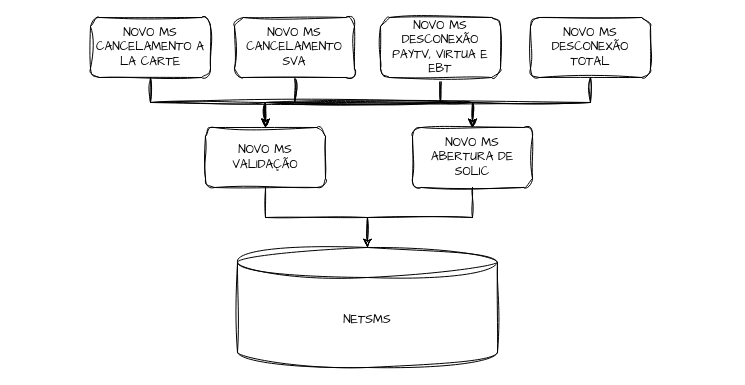
The draw.io diagram Cancelamento via NBA.drawio in samirali/ClaroBrasil, before the edit. Source tidied: cells renumbered, new cells numbered last; positions are measured from the earlier drawing's top-left corner, leaving out a move shared by most shapes. Both pictures are drawn from the tidied source at 100%, with x=0, y=0 at pixel (90, 17).
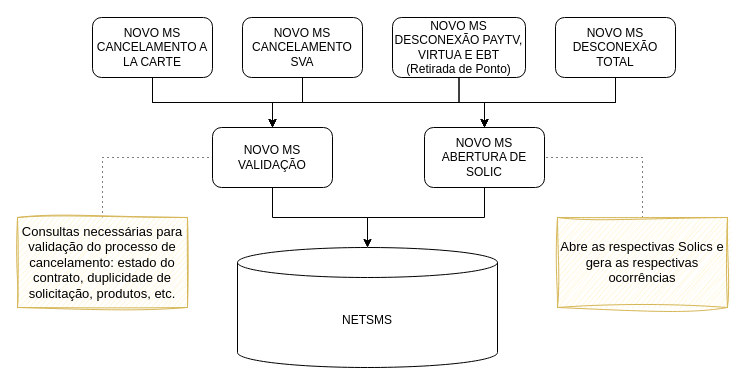
Above is the later version.

What changed in the source:
```diff
@@
-    <mxCell id="2" value="NETSMS" style="shape=cylinder3;whiteSpace=wrap;html=1;boundedLbl=1;backgroundOutline=1;size=15;sketch=1;hachureGap=4;jiggle=2;curveFitting=1;fontFamily=Architects Daughter;" parent="1" vertex="1">
+    <mxCell id="2" value="NETSMS" style="shape=cylinder3;whiteSpace=wrap;html=1;boundedLbl=1;backgroundOutline=1;size=15;hachureGap=4;fontFamily=Helvetica;" parent="1" vertex="1">
       <mxGeometry x="147" y="230" width="260" height="120" as="geometry" />
     </mxCell>
-    <mxCell id="3" value="NOVO MS VALIDAÇÃO" style="rounded=1;whiteSpace=wrap;html=1;sketch=1;hachureGap=4;jiggle=2;curveFitting=1;fontFamily=Architects Daughter;" parent="1" vertex="1">
-      <mxGeometry x="115" y="110" width="120" height="60" as="geometry" />
+    <mxCell id="3" value="NOVO MS VALIDAÇÃO" style="rounded=1;whiteSpace=wrap;html=1;hachureGap=4;fontFamily=Helvetica;" parent="1" vertex="1">
+      <mxGeometry x="122" y="110" width="120" height="60" as="geometry" />
     </mxCell>
-    <mxCell id="4" style="edgeStyle=orthogonalEdgeStyle;rounded=0;sketch=1;hachureGap=4;jiggle=2;curveFitting=1;jettySize=auto;html=1;fontFamily=Architects Daughter;" parent="1" edge="1" source="5" target="2">
+    <mxCell id="4" style="edgeStyle=orthogonalEdgeStyle;rounded=0;hachureGap=4;jettySize=auto;html=1;fontFamily=Helvetica;" parent="1" edge="1" source="5" target="2">
       <mxGeometry relative="1" as="geometry" />
     </mxCell>
-    <mxCell id="5" value="NOVO MS ABERTURA DE SOLIC" style="rounded=1;whiteSpace=wrap;html=1;sketch=1;hachureGap=4;jiggle=2;curveFitting=1;fontFamily=Architects Daughter;" parent="1" vertex="1">
-      <mxGeometry x="322" y="110" width="120" height="60" as="geometry" />
+    <mxCell id="5" value="NOVO MS ABERTURA DE SOLIC" style="rounded=1;whiteSpace=wrap;html=1;hachureGap=4;fontFamily=Helvetica;" parent="1" vertex="1">
+      <mxGeometry x="334" y="110" width="120" height="60" as="geometry" />
     </mxCell>
-    <mxCell id="6" style="edgeStyle=orthogonalEdgeStyle;rounded=0;sketch=1;hachureGap=4;jiggle=2;curveFitting=1;jettySize=auto;html=1;fontFamily=Architects Daughter;" parent="1" edge="1" source="8" target="3">
+    <mxCell id="6" style="edgeStyle=orthogonalEdgeStyle;rounded=0;hachureGap=4;jettySize=auto;html=1;fontFamily=Helvetica;" parent="1" edge="1" source="8" target="3">
       <mxGeometry relative="1" as="geometry" />
     </mxCell>
-    <mxCell id="7" style="edgeStyle=orthogonalEdgeStyle;rounded=0;sketch=1;hachureGap=4;jiggle=2;curveFitting=1;jettySize=auto;html=1;entryX=0.5;entryY=0;entryDx=0;entryDy=0;fontFamily=Architects Daughter;exitX=0.5;exitY=1;exitDx=0;exitDy=0;" parent="1" edge="1" source="8" target="5">
+    <mxCell id="7" style="edgeStyle=orthogonalEdgeStyle;rounded=0;hachureGap=4;jettySize=auto;html=1;entryX=0.5;entryY=0;entryDx=0;entryDy=0;fontFamily=Helvetica;exitX=0.5;exitY=1;exitDx=0;exitDy=0;" parent="1" edge="1" source="8" target="5">
       <mxGeometry relative="1" as="geometry" />
     </mxCell>
-    <mxCell id="8" value="NOVO MS CANCELAMENTO A LA CARTE" style="rounded=1;whiteSpace=wrap;html=1;sketch=1;hachureGap=4;jiggle=2;curveFitting=1;fontFamily=Architects Daughter;" parent="1" vertex="1">
-      <mxGeometry width="120" height="60" as="geometry" />
+    <mxCell id="8" value="NOVO MS CANCELAMENTO A LA CARTE" style="rounded=1;whiteSpace=wrap;html=1;hachureGap=4;fontFamily=Helvetica;" parent="1" vertex="1">
+      <mxGeometry x="2" width="120" height="60" as="geometry" />
     </mxCell>
-    <mxCell id="9" style="edgeStyle=orthogonalEdgeStyle;rounded=0;sketch=1;hachureGap=4;jiggle=2;curveFitting=1;jettySize=auto;html=1;entryX=0.5;entryY=0;entryDx=0;entryDy=0;fontFamily=Architects Daughter;" parent="1" edge="1" source="11" target="3">
+    <mxCell id="9" style="edgeStyle=orthogonalEdgeStyle;rounded=0;hachureGap=4;jettySize=auto;html=1;entryX=0.5;entryY=0;entryDx=0;entryDy=0;fontFamily=Helvetica;" parent="1" edge="1" source="11" target="3">
       <mxGeometry relative="1" as="geometry" />
     </mxCell>
-    <mxCell id="10" style="edgeStyle=orthogonalEdgeStyle;rounded=0;sketch=1;hachureGap=4;jiggle=2;curveFitting=1;jettySize=auto;html=1;entryX=0.5;entryY=0;entryDx=0;entryDy=0;fontFamily=Architects Daughter;exitX=0.5;exitY=1;exitDx=0;exitDy=0;" parent="1" edge="1" source="11" target="5">
+    <mxCell id="10" style="edgeStyle=orthogonalEdgeStyle;rounded=0;hachureGap=4;jettySize=auto;html=1;entryX=0.5;entryY=0;entryDx=0;entryDy=0;fontFamily=Helvetica;exitX=0.5;exitY=1;exitDx=0;exitDy=0;" parent="1" edge="1" source="11" target="5">
       <mxGeometry relative="1" as="geometry" />
     </mxCell>
-    <mxCell id="11" value="NOVO MS CANCELAMENTO SVA" style="rounded=1;whiteSpace=wrap;html=1;sketch=1;hachureGap=4;jiggle=2;curveFitting=1;fontFamily=Architects Daughter;" parent="1" vertex="1">
-      <mxGeometry x="144" width="120" height="60" as="geometry" />
+    <mxCell id="11" value="NOVO MS CANCELAMENTO SVA" style="rounded=1;whiteSpace=wrap;html=1;hachureGap=4;fontFamily=Helvetica;" parent="1" vertex="1">
+      <mxGeometry x="152" width="120" height="60" as="geometry" />
     </mxCell>
-    <mxCell id="12" style="edgeStyle=orthogonalEdgeStyle;rounded=0;sketch=1;hachureGap=4;jiggle=2;curveFitting=1;jettySize=auto;html=1;entryX=0.5;entryY=0;entryDx=0;entryDy=0;fontFamily=Architects Daughter;exitX=0.5;exitY=1;exitDx=0;exitDy=0;" parent="1" edge="1" source="14" target="3">
+    <mxCell id="12" style="edgeStyle=orthogonalEdgeStyle;rounded=0;hachureGap=4;jettySize=auto;html=1;entryX=0.5;entryY=0;entryDx=0;entryDy=0;fontFamily=Helvetica;exitX=0.5;exitY=1;exitDx=0;exitDy=0;" parent="1" edge="1" source="14" target="3">
       <mxGeometry relative="1" as="geometry" />
     </mxCell>
-    <mxCell id="13" style="edgeStyle=orthogonalEdgeStyle;rounded=0;sketch=1;hachureGap=4;jiggle=2;curveFitting=1;jettySize=auto;html=1;entryX=0.5;entryY=0;entryDx=0;entryDy=0;fontFamily=Architects Daughter;" parent="1" edge="1" source="14" target="5">
+    <mxCell id="13" style="edgeStyle=orthogonalEdgeStyle;rounded=0;hachureGap=4;jettySize=auto;html=1;entryX=0.5;entryY=0;entryDx=0;entryDy=0;fontFamily=Helvetica;" parent="1" edge="1" source="14" target="5">
       <mxGeometry relative="1" as="geometry" />
     </mxCell>
-    <mxCell id="14" value="NOVO MS DESCONEXÃO PAYTV, VIRTUA E EBT" style="rounded=1;whiteSpace=wrap;html=1;sketch=1;hachureGap=4;jiggle=2;curveFitting=1;fontFamily=Architects Daughter;" parent="1" vertex="1">
-      <mxGeometry x="290" width="120" height="60" as="geometry" />
+    <mxCell id="14" value="NOVO MS DESCONEXÃO PAYTV, VIRTUA E EBT (Retirada de Ponto)" style="rounded=1;whiteSpace=wrap;html=1;hachureGap=4;fontFamily=Helvetica;" parent="1" vertex="1">
+      <mxGeometry x="302" width="133" height="60" as="geometry" />
     </mxCell>
-    <mxCell id="15" style="edgeStyle=orthogonalEdgeStyle;rounded=0;sketch=1;hachureGap=4;jiggle=2;curveFitting=1;jettySize=auto;html=1;entryX=0.5;entryY=0;entryDx=0;entryDy=0;fontFamily=Architects Daughter;exitX=0.5;exitY=1;exitDx=0;exitDy=0;" parent="1" edge="1" source="17" target="3">
+    <mxCell id="15" style="edgeStyle=orthogonalEdgeStyle;rounded=0;hachureGap=4;jettySize=auto;html=1;entryX=0.5;entryY=0;entryDx=0;entryDy=0;fontFamily=Helvetica;exitX=0.5;exitY=1;exitDx=0;exitDy=0;" parent="1" edge="1" source="17" target="3">
       <mxGeometry relative="1" as="geometry" />
     </mxCell>
-    <mxCell id="16" style="edgeStyle=orthogonalEdgeStyle;rounded=0;sketch=1;hachureGap=4;jiggle=2;curveFitting=1;jettySize=auto;html=1;entryX=0.5;entryY=0;entryDx=0;entryDy=0;fontFamily=Architects Daughter;exitX=0.5;exitY=1;exitDx=0;exitDy=0;" parent="1" edge="1" source="17" target="5">
+    <mxCell id="16" style="edgeStyle=orthogonalEdgeStyle;rounded=0;hachureGap=4;jettySize=auto;html=1;entryX=0.5;entryY=0;entryDx=0;entryDy=0;fontFamily=Helvetica;exitX=0.5;exitY=1;exitDx=0;exitDy=0;" parent="1" edge="1" source="17" target="5">
       <mxGeometry relative="1" as="geometry" />
     </mxCell>
-    <mxCell id="17" value="NOVO MS DESCONEXÃO TOTAL" style="rounded=1;whiteSpace=wrap;html=1;sketch=1;hachureGap=4;jiggle=2;curveFitting=1;fontFamily=Architects Daughter;" parent="1" vertex="1">
-      <mxGeometry x="440" width="120" height="60" as="geometry" />
+    <mxCell id="17" value="NOVO MS DESCONEXÃO TOTAL" style="rounded=1;whiteSpace=wrap;html=1;hachureGap=4;fontFamily=Helvetica;" parent="1" vertex="1">
+      <mxGeometry x="465" width="120" height="60" as="geometry" />
     </mxCell>
-    <mxCell id="18" style="edgeStyle=orthogonalEdgeStyle;rounded=0;sketch=1;hachureGap=4;jiggle=2;curveFitting=1;jettySize=auto;html=1;entryX=0.5;entryY=0;entryDx=0;entryDy=0;entryPerimeter=0;fontFamily=Architects Daughter;" parent="1" edge="1" source="3" target="2">
+    <mxCell id="18" style="edgeStyle=orthogonalEdgeStyle;rounded=0;hachureGap=4;jettySize=auto;html=1;entryX=0.5;entryY=0;entryDx=0;entryDy=0;entryPerimeter=0;fontFamily=Helvetica;" parent="1" edge="1" source="3" target="2">
       <mxGeometry relative="1" as="geometry" />
     </mxCell>
+    <mxCell id="19" style="edgeStyle=orthogonalEdgeStyle;rounded=0;hachureGap=4;jettySize=auto;html=1;entryX=0;entryY=0.5;entryDx=0;entryDy=0;fontFamily=Helvetica;exitX=0.5;exitY=0;exitDx=0;exitDy=0;endArrow=none;endFill=0;dashed=1;dashPattern=1 4;" parent="1" edge="1" source="20" target="3">
+      <mxGeometry relative="1" as="geometry" />
+    </mxCell>
+    <mxCell id="20" value="Consultas necessárias para validação do processo de cancelamento: estado do contrato, duplicidade de solicitação, produtos, etc." style="text;html=1;align=center;verticalAlign=middle;whiteSpace=wrap;rounded=0;fontFamily=Helvetica;fillColor=#fff2cc;strokeColor=#d6b656;fontSize=13;sketch=1;curveFitting=1;jiggle=2;" parent="1" vertex="1">
+      <mxGeometry x="-73" y="200" width="170" height="90" as="geometry" />
+    </mxCell>
+    <mxCell id="21" style="edgeStyle=orthogonalEdgeStyle;rounded=0;hachureGap=4;jettySize=auto;html=1;entryX=1;entryY=0.5;entryDx=0;entryDy=0;fontFamily=Helvetica;exitX=0.5;exitY=0;exitDx=0;exitDy=0;endArrow=none;endFill=0;dashed=1;dashPattern=1 4;" parent="1" edge="1" source="22" target="5">
+      <mxGeometry relative="1" as="geometry" />
+    </mxCell>
+    <mxCell id="22" value="Abre as respectivas Solics e gera as respectivas ocorrências" style="text;html=1;align=center;verticalAlign=middle;whiteSpace=wrap;rounded=0;fontFamily=Helvetica;fillColor=#fff2cc;strokeColor=#d6b656;fontSize=13;sketch=1;curveFitting=1;jiggle=2;" parent="1" vertex="1">
+      <mxGeometry x="467" y="200" width="170" height="90" as="geometry" />
+    </mxCell>
```
